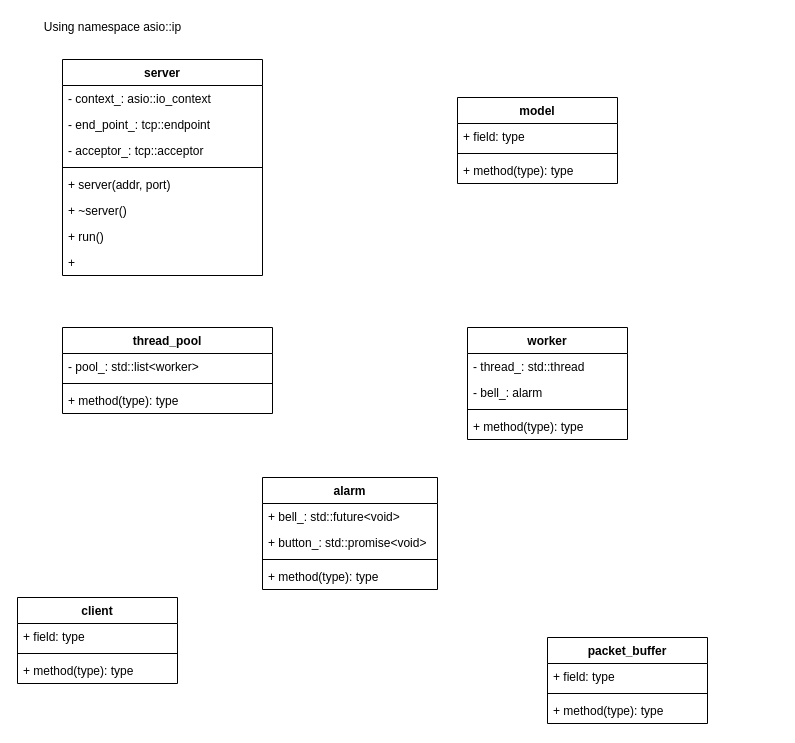
Earlier version of the draw.io diagram page "class" (3 of 3) of architecture.drawio (MadPlayer/asio_study). Source tidied: cells renumbered, new cells numbered last; positions are measured from the earlier drawing's top-left corner, leaving out a move shared by most shapes. Both pictures are drawn from the tidied source at 100%, with x=0, y=0 at pixel (17, 17).
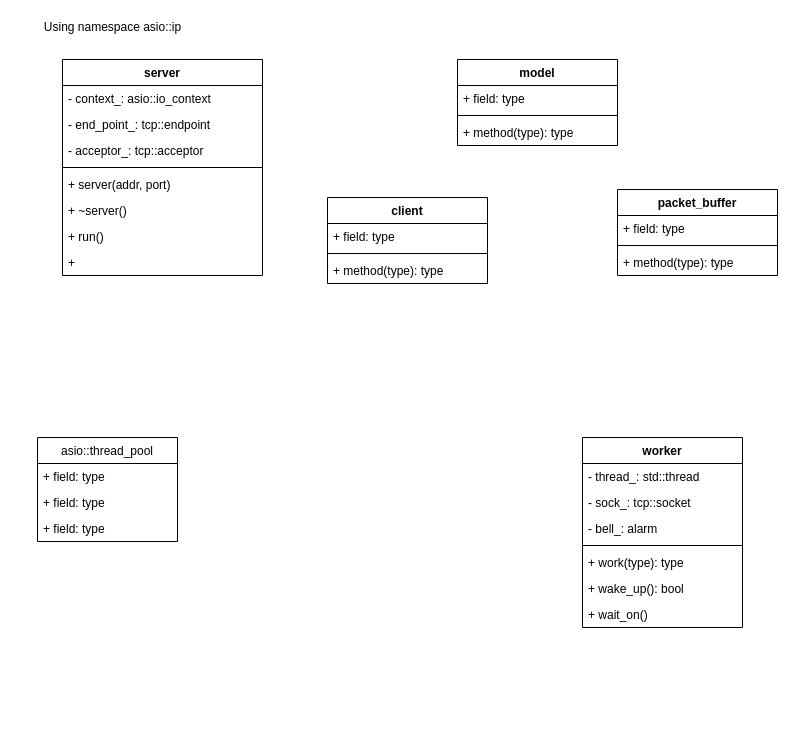
Above is the later version.

What changed in the source:
```diff
@@
     <mxCell id="11" value="worker" style="swimlane;fontStyle=1;align=center;verticalAlign=top;horizontal=1;startSize=26;" parent="1" vertex="1">
-      <mxGeometry x="450" y="310" width="160" height="112" as="geometry" />
+      <mxGeometry x="565" y="420" width="160" height="190" as="geometry" />
     </mxCell>
@@
+    <mxCell id="38" value="- sock_: tcp::socket" style="text;strokeColor=none;fillColor=none;align=left;verticalAlign=top;spacingLeft=4;spacingRight=4;overflow=hidden;" parent="11" vertex="1">
+      <mxGeometry y="52" width="160" height="26" as="geometry" />
+    </mxCell>
     <mxCell id="13" value="- bell_: alarm" style="text;strokeColor=none;fillColor=none;align=left;verticalAlign=top;spacingLeft=4;spacingRight=4;overflow=hidden;" parent="11" vertex="1">
-      <mxGeometry y="52" width="160" height="26" as="geometry" />
+      <mxGeometry y="78" width="160" height="26" as="geometry" />
     </mxCell>
     <mxCell id="14" style="line;strokeWidth=1;fillColor=none;align=left;verticalAlign=middle;spacingTop=-1;spacingLeft=3;spacingRight=3;labelPosition=right;" parent="11" vertex="1">
-      <mxGeometry y="78" width="160" height="8" as="geometry" />
+      <mxGeometry y="104" width="160" height="8" as="geometry" />
     </mxCell>
-    <mxCell id="15" value="+ method(type): type" style="text;strokeColor=none;fillColor=none;align=left;verticalAlign=top;spacingLeft=4;spacingRight=4;overflow=hidden;" parent="11" vertex="1">
-      <mxGeometry y="86" width="160" height="26" as="geometry" />
+    <mxCell id="15" value="+ work(type): type" style="text;strokeColor=none;fillColor=none;align=left;verticalAlign=top;spacingLeft=4;spacingRight=4;overflow=hidden;" parent="11" vertex="1">
+      <mxGeometry y="112" width="160" height="26" as="geometry" />
     </mxCell>
-    <mxCell id="16" value="thread_pool" style="swimlane;fontStyle=1;align=center;verticalAlign=top;horizontal=1;startSize=26;" parent="1" vertex="1">
-      <mxGeometry x="45" y="310" width="210" height="86" as="geometry" />
-    </mxCell>
-    <mxCell id="17" value="- pool_: std::list&lt;worker&gt;" style="text;strokeColor=none;fillColor=none;align=left;verticalAlign=top;spacingLeft=4;spacingRight=4;overflow=hidden;" parent="16" vertex="1">
-      <mxGeometry y="26" width="210" height="26" as="geometry" />
-    </mxCell>
-    <mxCell id="18" style="line;strokeWidth=1;fillColor=none;align=left;verticalAlign=middle;spacingTop=-1;spacingLeft=3;spacingRight=3;labelPosition=right;" parent="16" vertex="1">
-      <mxGeometry y="52" width="210" height="8" as="geometry" />
-    </mxCell>
-    <mxCell id="19" value="+ method(type): type" style="text;strokeColor=none;fillColor=none;align=left;verticalAlign=top;spacingLeft=4;spacingRight=4;overflow=hidden;" parent="16" vertex="1">
-      <mxGeometry y="60" width="210" height="26" as="geometry" />
-    </mxCell>
+    <mxCell id="37" value="+ wake_up(): bool" style="text;strokeColor=none;fillColor=none;align=left;verticalAlign=top;spacingLeft=4;spacingRight=4;overflow=hidden;" parent="11" vertex="1">
+      <mxGeometry y="138" width="160" height="26" as="geometry" />
+    </mxCell>
+    <mxCell id="39" value="+ wait_on()" style="text;strokeColor=none;fillColor=none;align=left;verticalAlign=top;spacingLeft=4;spacingRight=4;overflow=hidden;" parent="11" vertex="1">
+      <mxGeometry y="164" width="160" height="26" as="geometry" />
+    </mxCell>
     <mxCell id="20" value="model" style="swimlane;fontStyle=1;align=center;verticalAlign=top;horizontal=1;startSize=26;" parent="1" vertex="1">
-      <mxGeometry x="440" y="80" width="160" height="86" as="geometry" />
+      <mxGeometry x="440" y="42" width="160" height="86" as="geometry" />
     </mxCell>
@@
     <mxCell id="24" value="client" style="swimlane;fontStyle=1;align=center;verticalAlign=top;horizontal=1;startSize=26;" parent="1" vertex="1">
-      <mxGeometry y="580" width="160" height="86" as="geometry" />
+      <mxGeometry x="310" y="180" width="160" height="86" as="geometry" />
     </mxCell>
@@
     <mxCell id="29" value="packet_buffer" style="swimlane;fontStyle=1;align=center;verticalAlign=top;horizontal=1;startSize=26;" parent="1" vertex="1">
-      <mxGeometry x="530" y="620" width="160" height="86" as="geometry" />
+      <mxGeometry x="600" y="172" width="160" height="86" as="geometry" />
     </mxCell>
@@
-    <mxCell id="33" value="alarm" style="swimlane;fontStyle=1;align=center;verticalAlign=top;horizontal=1;startSize=26;" parent="1" vertex="1">
-      <mxGeometry x="245" y="460" width="175" height="112" as="geometry" />
-    </mxCell>
-    <mxCell id="34" value="+ bell_: std::future&lt;void&gt;" style="text;strokeColor=none;fillColor=none;align=left;verticalAlign=top;spacingLeft=4;spacingRight=4;overflow=hidden;" parent="33" vertex="1">
-      <mxGeometry y="26" width="175" height="26" as="geometry" />
-    </mxCell>
-    <mxCell id="35" value="+ button_: std::promise&lt;void&gt;" style="text;strokeColor=none;fillColor=none;align=left;verticalAlign=top;spacingLeft=4;spacingRight=4;overflow=hidden;" parent="33" vertex="1">
-      <mxGeometry y="52" width="175" height="26" as="geometry" />
-    </mxCell>
-    <mxCell id="36" style="line;strokeWidth=1;fillColor=none;align=left;verticalAlign=middle;spacingTop=-1;spacingLeft=3;spacingRight=3;labelPosition=right;" parent="33" vertex="1">
-      <mxGeometry y="78" width="175" height="8" as="geometry" />
-    </mxCell>
-    <mxCell id="37" value="+ method(type): type" style="text;strokeColor=none;fillColor=none;align=left;verticalAlign=top;spacingLeft=4;spacingRight=4;overflow=hidden;" parent="33" vertex="1">
-      <mxGeometry y="86" width="175" height="26" as="geometry" />
-    </mxCell>
+    <mxCell id="40" value="asio::thread_pool" style="swimlane;fontStyle=0;horizontal=1;startSize=26;fillColor=none;" parent="1" vertex="1">
+      <mxGeometry x="20" y="420" width="140" height="104" as="geometry" />
+    </mxCell>
+    <mxCell id="41" value="+ field: type" style="text;strokeColor=none;fillColor=none;align=left;verticalAlign=top;spacingLeft=4;spacingRight=4;overflow=hidden;" parent="40" vertex="1">
+      <mxGeometry y="26" width="140" height="26" as="geometry" />
+    </mxCell>
+    <mxCell id="42" value="+ field: type" style="text;strokeColor=none;fillColor=none;align=left;verticalAlign=top;spacingLeft=4;spacingRight=4;overflow=hidden;" parent="40" vertex="1">
+      <mxGeometry y="52" width="140" height="26" as="geometry" />
+    </mxCell>
+    <mxCell id="43" value="+ field: type" style="text;strokeColor=none;fillColor=none;align=left;verticalAlign=top;spacingLeft=4;spacingRight=4;overflow=hidden;" parent="40" vertex="1">
+      <mxGeometry y="78" width="140" height="26" as="geometry" />
+    </mxCell>
```
